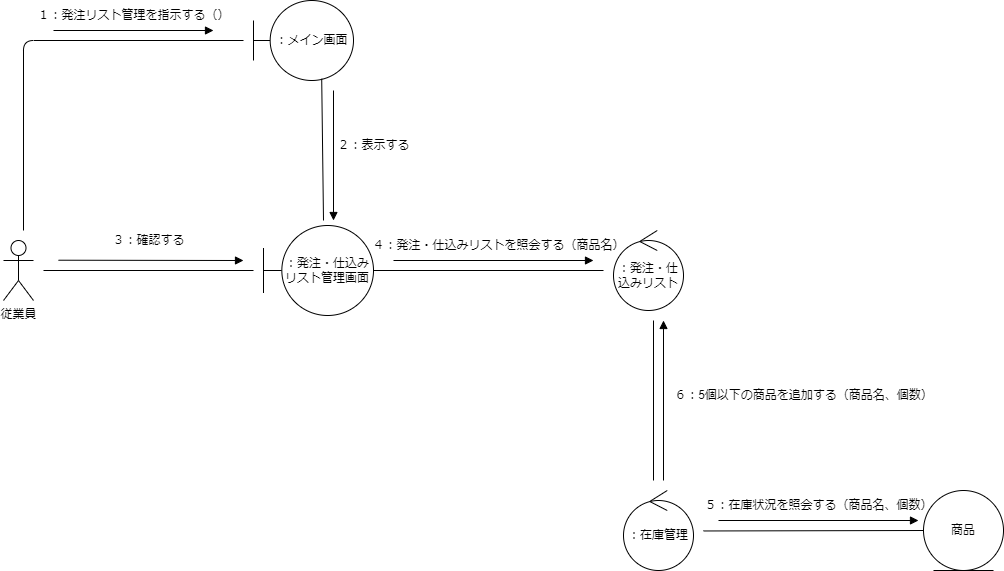
The draw.io diagram psp4/コミュニケーション図/コミュニケーション図_発注・仕込みリスト.drawio.png in MasakiHiguchi/---, before a commit. Source tidied: cells renumbered, new cells last; positions are measured from the earlier drawing's top-left corner, leaving out a move shared by most shapes.
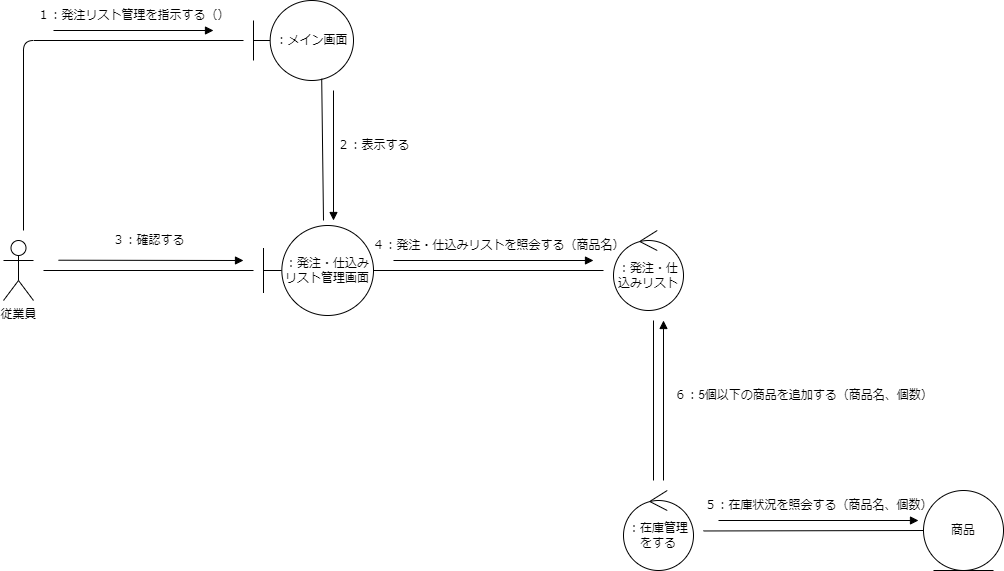
Later version of the same file.

Diff of the diagram source:
```diff
@@ -76,7 +76,7 @@
     <mxCell id="17" value="４：発注・仕込みリストを照会する（商品名）" style="text;html=1;align=center;verticalAlign=middle;strokeColor=none;fillColor=none;" parent="1" vertex="1">
       <mxGeometry x="355" y="230" width="280" height="30" as="geometry" />
     </mxCell>
-    <mxCell id="18" value="：在庫管理" style="ellipse;shape=umlControl;whiteSpace=wrap;html=1;" parent="1" vertex="1">
+    <mxCell id="18" value="：在庫管理をする" style="ellipse;shape=umlControl;whiteSpace=wrap;html=1;" parent="1" vertex="1">
       <mxGeometry x="620" y="490" width="70" height="80" as="geometry" />
     </mxCell>
     <mxCell id="19" style="edgeStyle=none;html=1;exitX=0;exitY=0.5;exitDx=0;exitDy=0;endArrow=none;endFill=0;" parent="1" edge="1" source="20">
```
